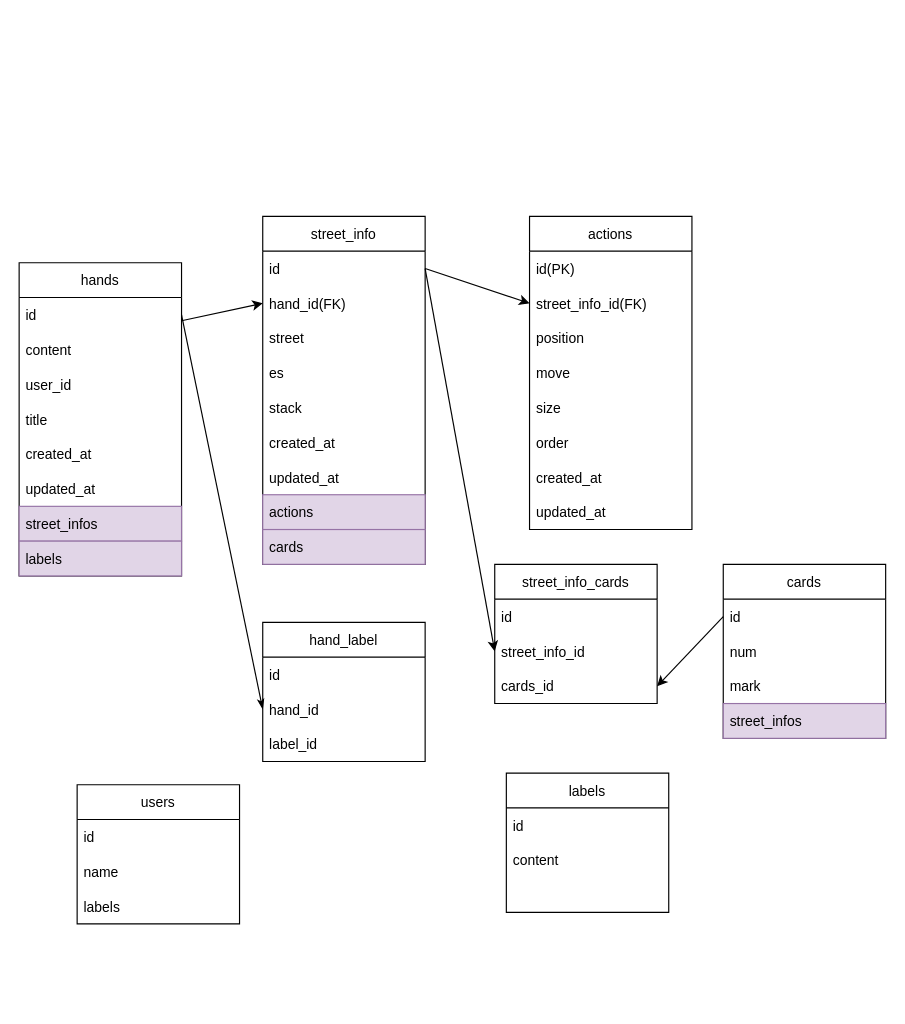
Earlier version of the draw.io diagram ER.dio (nebular-lab/hand-review-apollo). Source tidied: cells renumbered, new cells numbered last; positions are measured from the earlier drawing's top-left corner, leaving out a move shared by most shapes. Both pictures are drawn from the tidied source at 116%, with x=0, y=0 at pixel (19, 216).
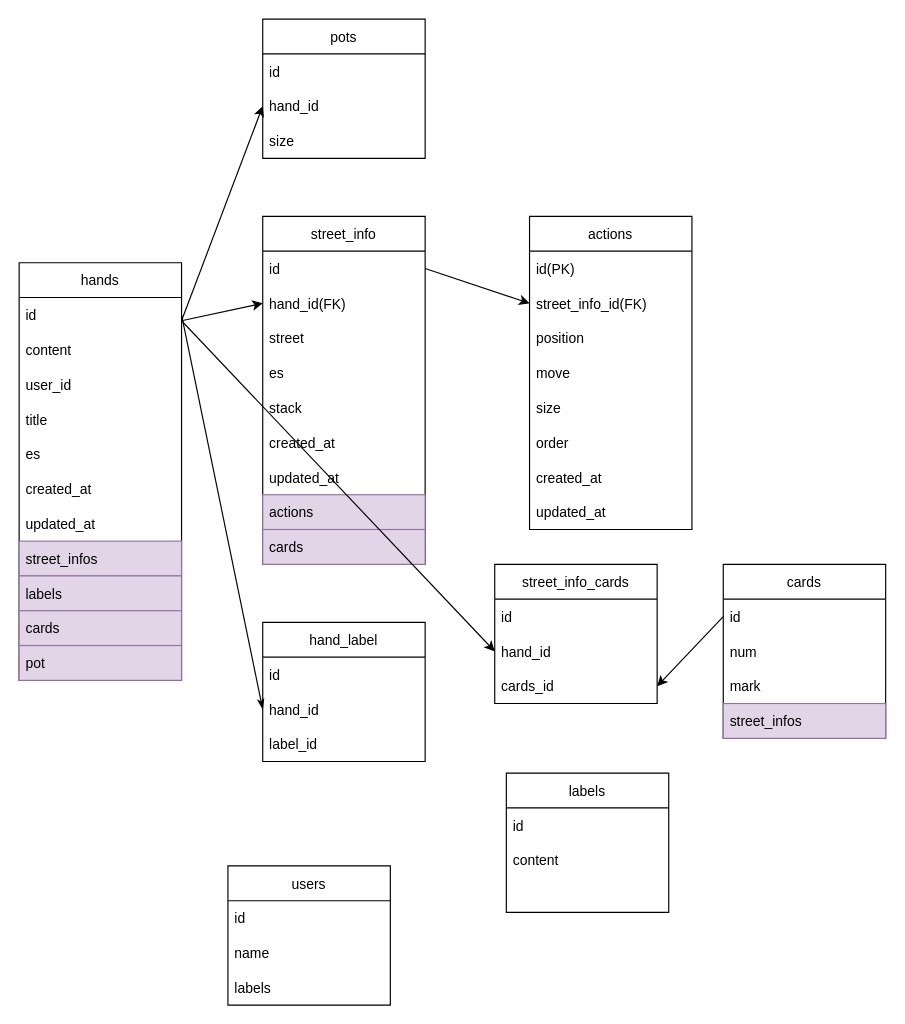
Above is the later version.

Unchanged cells that the change refers to:
```xml
<mxCell id="34" value="id" style="text;strokeColor=none;fillColor=none;align=left;verticalAlign=middle;spacingLeft=4;spacingRight=4;overflow=hidden;points=[[0,0.5],[1,0.5]];portConstraint=eastwest;" parent="33" vertex="1">
  <mxGeometry y="30" width="140" height="30" as="geometry" />
</mxCell>
<mxCell id="50" value="street_info_cards" style="swimlane;fontStyle=0;horizontal=1;startSize=30;labelBackgroundColor=none;labelBorderColor=none;fillColor=none;" parent="1" vertex="1">
  <mxGeometry x="410" y="300" width="140" height="120" as="geometry" />
</mxCell>
```

What changed in the source:
```diff
@@
     <mxCell id="2" value="hands" style="swimlane;fontStyle=0;horizontal=1;startSize=30;" parent="1" vertex="1">
-      <mxGeometry y="40" width="140" height="270" as="geometry" />
+      <mxGeometry y="40" width="140" height="360" as="geometry" />
     </mxCell>
@@
+    <mxCell id="56" value="es" style="text;strokeColor=none;fillColor=none;align=left;verticalAlign=middle;spacingLeft=4;spacingRight=4;overflow=hidden;" parent="2" vertex="1">
+      <mxGeometry y="150" width="140" height="30" as="geometry" />
+    </mxCell>
     <mxCell id="7" value="created_at" style="text;strokeColor=none;fillColor=none;align=left;verticalAlign=middle;spacingLeft=4;spacingRight=4;overflow=hidden;" parent="2" vertex="1">
-      <mxGeometry y="150" width="140" height="30" as="geometry" />
+      <mxGeometry y="180" width="140" height="30" as="geometry" />
     </mxCell>
     <mxCell id="8" value="updated_at" style="text;strokeColor=none;fillColor=none;align=left;verticalAlign=middle;spacingLeft=4;spacingRight=4;overflow=hidden;" parent="2" vertex="1">
-      <mxGeometry y="180" width="140" height="30" as="geometry" />
+      <mxGeometry y="210" width="140" height="30" as="geometry" />
     </mxCell>
     <mxCell id="9" value="street_infos" style="text;strokeColor=#9673a6;fillColor=#e1d5e7;align=left;verticalAlign=middle;spacingLeft=4;spacingRight=4;overflow=hidden;labelBackgroundColor=none;labelBorderColor=none;" parent="2" vertex="1">
-      <mxGeometry y="210" width="140" height="30" as="geometry" />
+      <mxGeometry y="240" width="140" height="30" as="geometry" />
     </mxCell>
     <mxCell id="10" value="labels" style="text;strokeColor=#9673a6;fillColor=#e1d5e7;align=left;verticalAlign=middle;spacingLeft=4;spacingRight=4;overflow=hidden;labelBackgroundColor=none;labelBorderColor=none;" parent="2" vertex="1">
-      <mxGeometry y="240" width="140" height="30" as="geometry" />
+      <mxGeometry y="270" width="140" height="30" as="geometry" />
     </mxCell>
+    <mxCell id="57" value="cards" style="text;strokeColor=#9673a6;fillColor=#e1d5e7;align=left;verticalAlign=middle;spacingLeft=4;spacingRight=4;overflow=hidden;labelBackgroundColor=none;labelBorderColor=none;" parent="2" vertex="1">
+      <mxGeometry y="300" width="140" height="30" as="geometry" />
+    </mxCell>
+    <mxCell id="58" value="pot" style="text;strokeColor=#9673a6;fillColor=#e1d5e7;align=left;verticalAlign=middle;spacingLeft=4;spacingRight=4;overflow=hidden;labelBackgroundColor=none;labelBorderColor=none;" parent="2" vertex="1">
+      <mxGeometry y="330" width="140" height="30" as="geometry" />
+    </mxCell>
@@
     <mxCell id="29" value="users" style="swimlane;fontStyle=0;horizontal=1;startSize=30;" parent="1" vertex="1">
-      <mxGeometry x="50" y="490" width="140" height="120" as="geometry" />
+      <mxGeometry x="180" y="560" width="140" height="120" as="geometry" />
     </mxCell>
@@
-    <mxCell id="52" value="street_info_id" style="text;strokeColor=none;fillColor=none;align=left;verticalAlign=middle;spacingLeft=4;spacingRight=4;overflow=hidden;points=[[0,0.5],[1,0.5]];portConstraint=eastwest;labelBackgroundColor=none;labelBorderColor=none;" parent="50" vertex="1">
-      <mxGeometry y="60" width="140" height="30" as="geometry" />
-    </mxCell>
+    <mxCell id="59" value="hand_id" style="text;strokeColor=none;fillColor=none;align=left;verticalAlign=middle;spacingLeft=4;spacingRight=4;overflow=hidden;labelBackgroundColor=none;labelBorderColor=none;" parent="50" vertex="1">
+      <mxGeometry y="60" width="140" height="30" as="geometry" />
+    </mxCell>
@@
-    <mxCell id="54" style="edgeStyle=none;html=1;entryX=0;entryY=0.5;entryDx=0;entryDy=0;exitX=1;exitY=0.5;exitDx=0;exitDy=0;" parent="1" edge="1" source="34" target="52">
-      <mxGeometry relative="1" as="geometry" />
+    <mxCell id="54" style="edgeStyle=none;html=1;entryX=0;entryY=0.5;entryDx=0;entryDy=0;" parent="1" edge="1">
+      <mxGeometry relative="1" as="geometry">
+        <mxPoint x="140" y="90" as="sourcePoint" />
+        <mxPoint x="410" y="375" as="targetPoint" />
+      </mxGeometry>
     </mxCell>
@@
+    <mxCell id="60" value="pots" style="swimlane;fontStyle=0;horizontal=1;startSize=30;" parent="1" vertex="1">
+      <mxGeometry x="210" y="-170" width="140" height="120" as="geometry" />
+    </mxCell>
+    <mxCell id="61" value="id" style="text;strokeColor=none;fillColor=none;align=left;verticalAlign=middle;spacingLeft=4;spacingRight=4;overflow=hidden;" parent="60" vertex="1">
+      <mxGeometry y="30" width="140" height="30" as="geometry" />
+    </mxCell>
+    <mxCell id="62" value="hand_id" style="text;strokeColor=none;fillColor=none;align=left;verticalAlign=middle;spacingLeft=4;spacingRight=4;overflow=hidden;points=[[0,0.5],[1,0.5]];portConstraint=eastwest;" parent="60" vertex="1">
+      <mxGeometry y="60" width="140" height="30" as="geometry" />
+    </mxCell>
+    <mxCell id="63" value="size" style="text;strokeColor=none;fillColor=none;align=left;verticalAlign=middle;spacingLeft=4;spacingRight=4;overflow=hidden;" parent="60" vertex="1">
+      <mxGeometry y="90" width="140" height="30" as="geometry" />
+    </mxCell>
+    <mxCell id="64" style="edgeStyle=none;html=1;entryX=0;entryY=0.5;entryDx=0;entryDy=0;" parent="1" edge="1" target="62">
+      <mxGeometry relative="1" as="geometry">
+        <mxPoint x="140" y="90" as="sourcePoint" />
+      </mxGeometry>
+    </mxCell>
```
